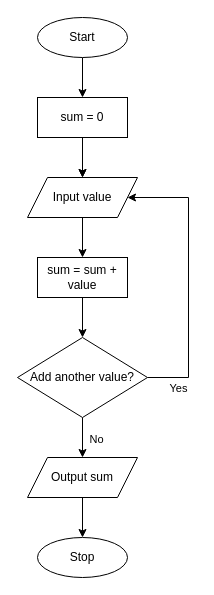
Above: Problem1_Potestades.drawio in northpotestades/DSA-CPE-010-CPE-21S1 (draw.io), before the change. Source tidied: cells renumbered, new cells numbered last; positions are measured from the earlier drawing's top-left corner, leaving out a move shared by most shapes. Both pictures are drawn from the tidied source at 100%, with x=0, y=0 at pixel (17, 17).
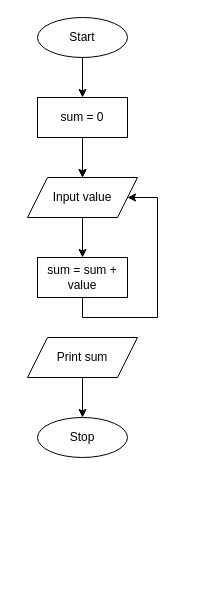
After the change.

Unchanged cells that the change refers to:
```xml
<mxCell id="5" value="Input value" style="shape=parallelogram;perimeter=parallelogramPerimeter;whiteSpace=wrap;html=1;fixedSize=1;" parent="1" vertex="1">
  <mxGeometry x="10" y="160" width="110" height="40" as="geometry" />
</mxCell>
<mxCell id="10" value="sum = sum + value" style="rounded=0;whiteSpace=wrap;html=1;" parent="1" vertex="1">
  <mxGeometry x="20" y="240" width="90" height="40" as="geometry" />
</mxCell>
```

The edit, as a diff of the source:
```diff
@@
-    <mxCell id="9" style="edgeStyle=orthogonalEdgeStyle;rounded=0;jettySize=auto;html=1;entryX=0.5;entryY=0;entryDx=0;entryDy=0;" parent="1" edge="1" source="10" target="14">
-      <mxGeometry relative="1" as="geometry" />
-    </mxCell>
+    <mxCell id="19" style="edgeStyle=orthogonalEdgeStyle;rounded=0;jettySize=auto;html=1;entryX=1;entryY=0.5;entryDx=0;entryDy=0;" parent="1" edge="1" source="10" target="5">
+      <mxGeometry relative="1" as="geometry">
+        <Array as="points">
+          <mxPoint x="65" y="300" />
+          <mxPoint x="140" y="300" />
+          <mxPoint x="140" y="180" />
+        </Array>
+      </mxGeometry>
+    </mxCell>
@@
-    <mxCell id="11" style="edgeStyle=orthogonalEdgeStyle;rounded=0;jettySize=auto;html=1;entryX=1;entryY=0.5;entryDx=0;entryDy=0;exitX=1;exitY=0.5;exitDx=0;exitDy=0;" parent="1" edge="1" source="14" target="5">
-      <mxGeometry relative="1" as="geometry">
-        <Array as="points">
-          <mxPoint x="171" y="360" />
-          <mxPoint x="171" y="180" />
-        </Array>
-      </mxGeometry>
-    </mxCell>
-    <mxCell id="12" value="Yes" style="edgeLabel;html=1;align=center;verticalAlign=middle;" parent="11" vertex="1">
-      <mxGeometry x="-0.84" y="-5" relative="1" as="geometry">
-        <mxPoint x="7" y="5" as="offset" />
-      </mxGeometry>
-    </mxCell>
-    <mxCell id="13" style="edgeStyle=orthogonalEdgeStyle;rounded=0;jettySize=auto;html=1;entryX=0.5;entryY=0;entryDx=0;entryDy=0;" parent="1" edge="1" source="14" target="16">
-      <mxGeometry relative="1" as="geometry" />
-    </mxCell>
-    <mxCell id="14" value="Add another value?" style="rhombus;whiteSpace=wrap;html=1;" parent="1" vertex="1">
-      <mxGeometry y="320" width="130" height="80" as="geometry" />
-    </mxCell>
@@
-    <mxCell id="16" value="Output sum" style="shape=parallelogram;perimeter=parallelogramPerimeter;whiteSpace=wrap;html=1;fixedSize=1;" parent="1" vertex="1">
-      <mxGeometry x="10" y="440" width="110" height="40" as="geometry" />
+    <mxCell id="16" value="Print sum" style="shape=parallelogram;perimeter=parallelogramPerimeter;whiteSpace=wrap;html=1;fixedSize=1;" parent="1" vertex="1">
+      <mxGeometry x="10" y="320" width="110" height="40" as="geometry" />
     </mxCell>
     <mxCell id="17" value="Stop" style="ellipse;whiteSpace=wrap;html=1;" parent="1" vertex="1">
-      <mxGeometry x="20" y="520" width="90" height="40" as="geometry" />
+      <mxGeometry x="20" y="400" width="90" height="40" as="geometry" />
     </mxCell>
-    <mxCell id="18" value="No" style="edgeLabel;html=1;align=center;verticalAlign=middle;" parent="1" vertex="1">
-      <mxGeometry x="140" y="400" as="geometry">
-        <mxPoint x="-62" y="21" as="offset" />
-      </mxGeometry>
-    </mxCell>
```
